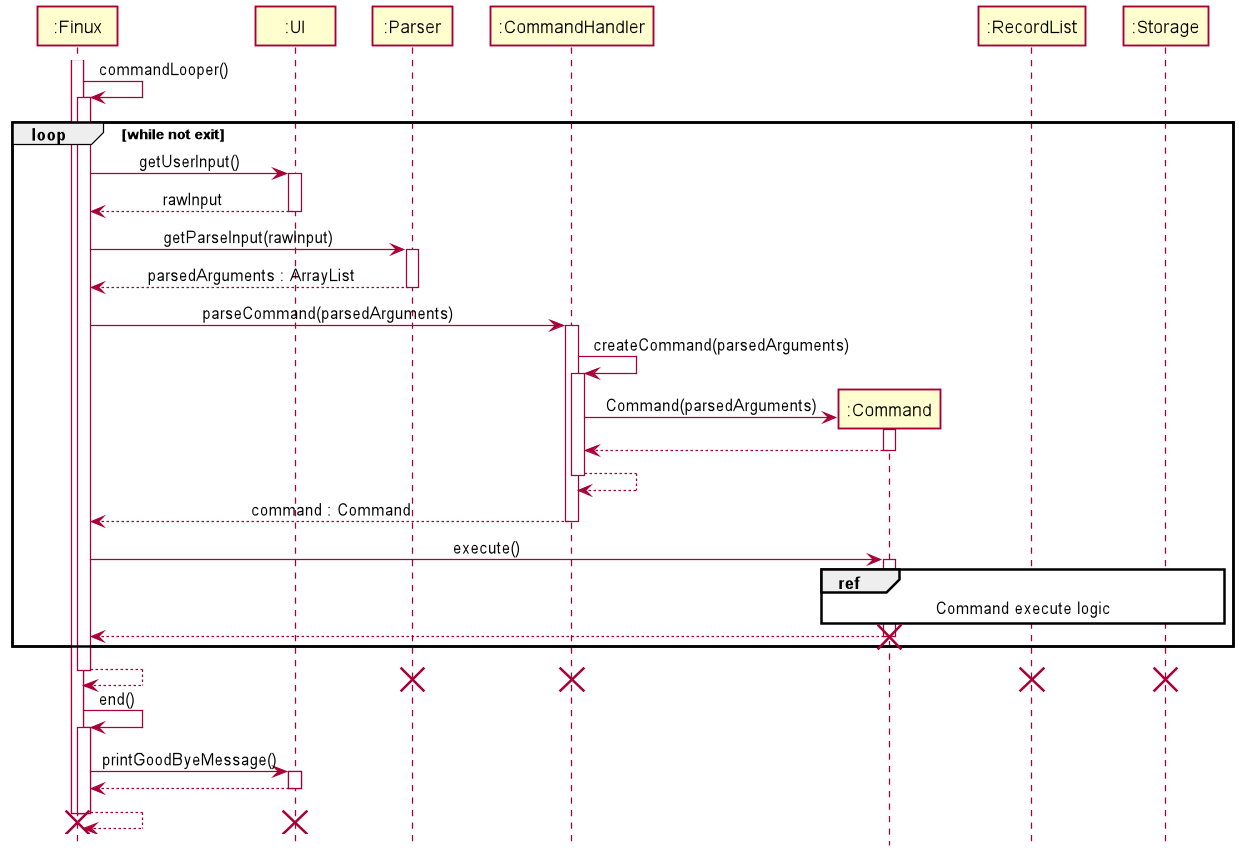
The PlantUML diagram docs/img/CommandLooperSequenceDiagram.png in nus-cs2113-AY2021S2/tp, before a commit.
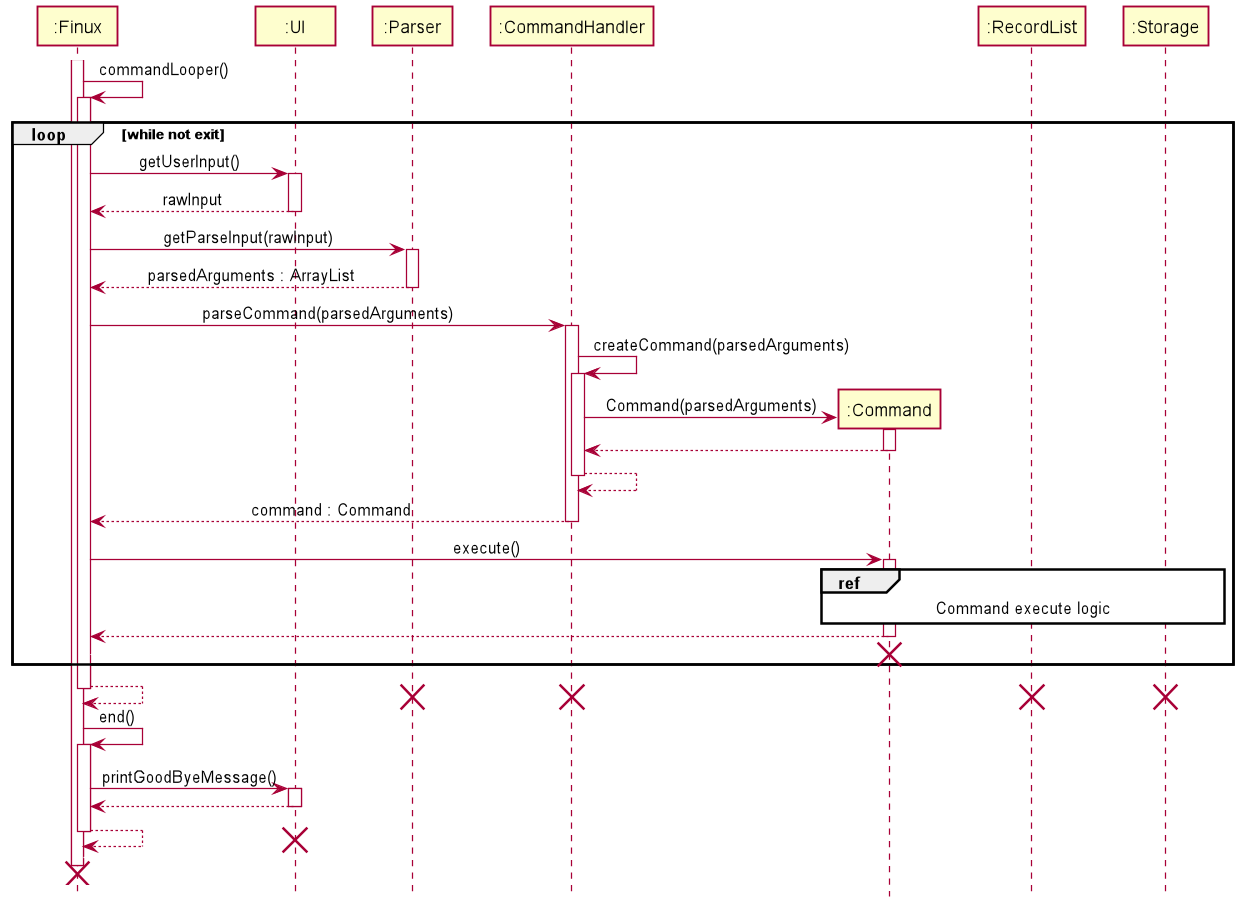
Above is the later version.

Commit message:
Update commandLooper sequence diagram

The edit, as a diff of the source:
```diff
@@ -19,7 +19,6 @@
     activate UI
     UI --> Finux : rawInput
     deactivate UI
-
 
     Finux -> ParserHandler : getParseInput(rawInput)
     activate ParserHandler
@@ -45,6 +44,7 @@
     ref over Command, RecordList, Storage : Command execute logic
     Command --> Finux
     deactivate Command
+    Command --[#white]> Finux
     destroy Command
 end
 Finux --> Finux
@@ -64,6 +64,8 @@
 Finux --> Finux
 deactivate Finux
 
+destroy UI
+Finux --[#white]> Finux
 destroy Finux
-destroy UI
+
 @enduml
```
